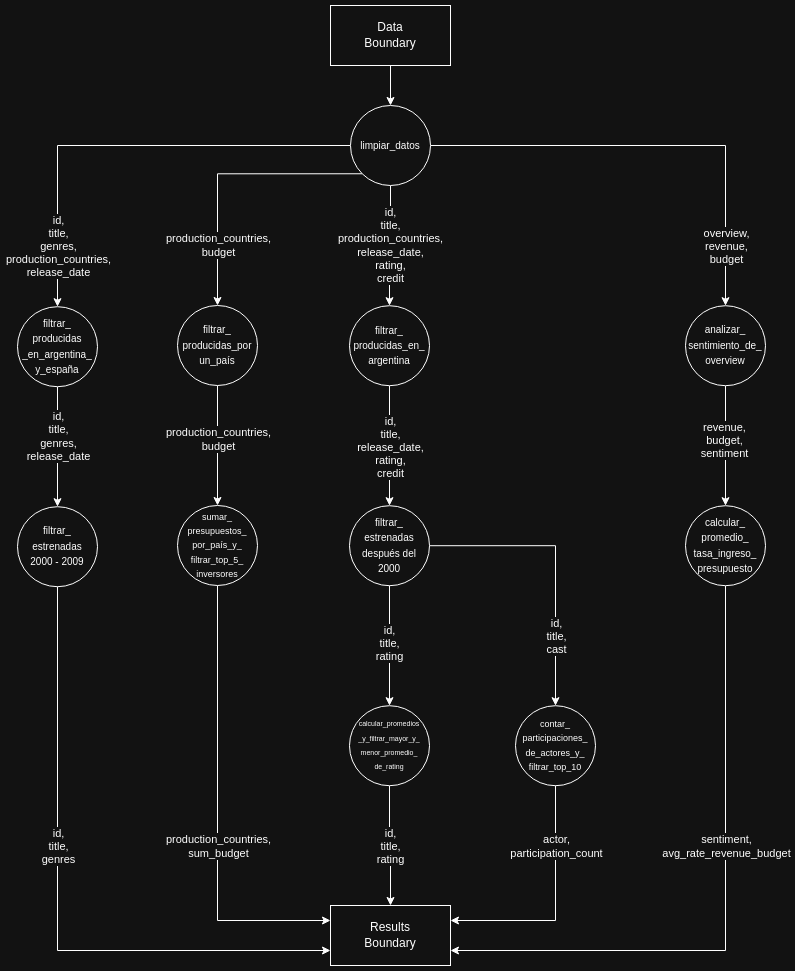
Above: diagramas/dag/dag.png in AlanBotoshansky/distribuidos-tp-grupo2 (draw.io), before the change. Source tidied: cells renumbered, new cells last; positions are measured from the earlier drawing's top-left corner, leaving out a move shared by most shapes.
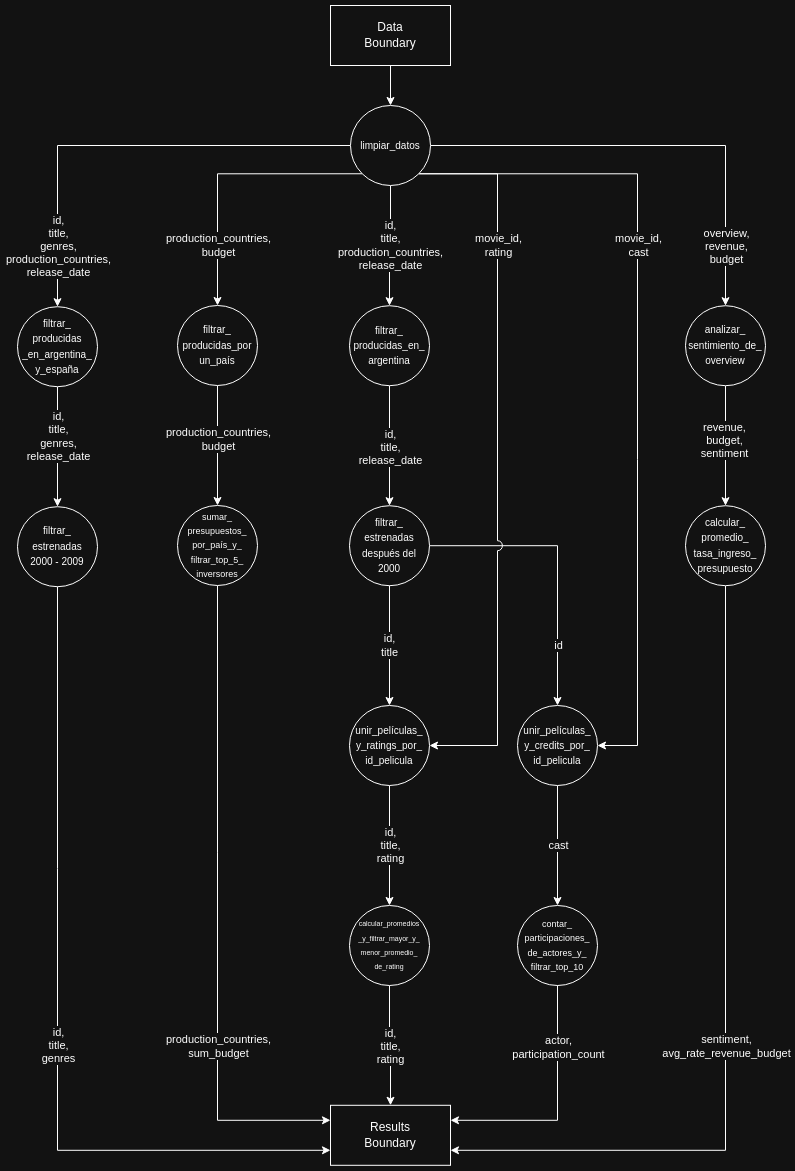
After the commit.

Change to the diagram source:
```diff
@@ -38,7 +38,7 @@
     </mxCell>
     <mxCell id="12" value="production_countries,&lt;div&gt;sum_budget&lt;/div&gt;" style="edgeLabel;html=1;align=center;verticalAlign=middle;" parent="11" vertex="1">
       <mxGeometry x="-0.02" relative="1" as="geometry">
-        <mxPoint y="40" as="offset" />
+        <mxPoint y="142" as="offset" />
       </mxGeometry>
     </mxCell>
     <mxCell id="13" value="&lt;font style=&quot;font-size: 9px;&quot; face=&quot;Helvetica&quot;&gt;sumar_&lt;/font&gt;&lt;div&gt;&lt;font style=&quot;font-size: 9px;&quot; face=&quot;Helvetica&quot;&gt;presupuestos_&lt;/font&gt;&lt;/div&gt;&lt;div&gt;&lt;font style=&quot;font-size: 9px;&quot; face=&quot;Helvetica&quot;&gt;por_país_y_&lt;/font&gt;&lt;/div&gt;&lt;div&gt;&lt;font style=&quot;font-size: 9px;&quot;&gt;&lt;font face=&quot;Helvetica&quot;&gt;filtrar_&lt;/font&gt;&lt;span style=&quot;font-family: Helvetica; background-color: transparent; color: light-dark(rgb(0, 0, 0), rgb(255, 255, 255));&quot;&gt;top_5_&lt;/span&gt;&lt;/font&gt;&lt;/div&gt;&lt;div&gt;&lt;font style=&quot;font-size: 9px;&quot; face=&quot;Helvetica&quot;&gt;inversores&lt;/font&gt;&lt;/div&gt;" style="ellipse;whiteSpace=wrap;html=1;rounded=0;hachureGap=4;strokeColor=default;align=center;verticalAlign=middle;fontFamily=Architects Daughter;fontSource=https%3A%2F%2Ffonts.googleapis.com%2Fcss%3Ffamily%3DArchitects%2BDaughter;fontSize=12;fontColor=default;fillColor=default;" parent="1" vertex="1">
@@ -47,18 +47,18 @@
     <mxCell id="14" style="edgeStyle=orthogonalEdgeStyle;shape=connector;rounded=0;hachureGap=4;jettySize=auto;html=1;exitX=0.5;exitY=1;exitDx=0;exitDy=0;entryX=0.5;entryY=0;entryDx=0;entryDy=0;strokeColor=default;align=center;verticalAlign=middle;fontFamily=Architects Daughter;fontSource=https%3A%2F%2Ffonts.googleapis.com%2Fcss%3Ffamily%3DArchitects%2BDaughter;fontSize=12;fontColor=default;labelBackgroundColor=default;endArrow=classic;" parent="1" edge="1" source="16" target="19">
       <mxGeometry relative="1" as="geometry" />
     </mxCell>
-    <mxCell id="15" value="id,&lt;div&gt;title,&lt;/div&gt;&lt;div&gt;release_date,&lt;/div&gt;&lt;div&gt;rating,&lt;/div&gt;&lt;div&gt;credit&lt;/div&gt;" style="edgeLabel;html=1;align=center;verticalAlign=middle;" parent="14" vertex="1">
+    <mxCell id="15" value="id,&lt;div&gt;title,&lt;/div&gt;&lt;div&gt;release_date&lt;/div&gt;" style="edgeLabel;html=1;align=center;verticalAlign=middle;" parent="14" vertex="1">
       <mxGeometry x="0.03" relative="1" as="geometry" />
     </mxCell>
     <mxCell id="16" value="&lt;font face=&quot;Helvetica&quot;&gt;&lt;span style=&quot;font-size: 10px;&quot;&gt;filtrar_&lt;/span&gt;&lt;/font&gt;&lt;div&gt;&lt;font face=&quot;Helvetica&quot;&gt;&lt;span style=&quot;font-size: 10px;&quot;&gt;producidas&lt;/span&gt;&lt;/font&gt;&lt;span style=&quot;font-size: 10px; font-family: Helvetica; background-color: transparent; color: light-dark(rgb(0, 0, 0), rgb(255, 255, 255));&quot;&gt;_en_&lt;/span&gt;&lt;/div&gt;&lt;div&gt;&lt;span style=&quot;font-size: 10px; font-family: Helvetica; background-color: transparent; color: light-dark(rgb(0, 0, 0), rgb(255, 255, 255));&quot;&gt;argentina&lt;/span&gt;&lt;/div&gt;" style="ellipse;whiteSpace=wrap;html=1;rounded=0;hachureGap=4;strokeColor=default;align=center;verticalAlign=middle;fontFamily=Architects Daughter;fontSource=https%3A%2F%2Ffonts.googleapis.com%2Fcss%3Ffamily%3DArchitects%2BDaughter;fontSize=12;fontColor=default;fillColor=default;" parent="1" vertex="1">
       <mxGeometry x="332" y="300.2" width="80" height="80" as="geometry" />
     </mxCell>
-    <mxCell id="17" style="edgeStyle=orthogonalEdgeStyle;shape=connector;rounded=0;hachureGap=4;jettySize=auto;html=1;exitX=1;exitY=0.5;exitDx=0;exitDy=0;entryX=0.5;entryY=0;entryDx=0;entryDy=0;strokeColor=default;align=center;verticalAlign=middle;fontFamily=Architects Daughter;fontSource=https%3A%2F%2Ffonts.googleapis.com%2Fcss%3Ffamily%3DArchitects%2BDaughter;fontSize=11;fontColor=default;labelBackgroundColor=default;endArrow=classic;" parent="1" edge="1" source="19" target="43">
+    <mxCell id="17" style="edgeStyle=orthogonalEdgeStyle;shape=connector;rounded=0;hachureGap=4;jettySize=auto;html=1;exitX=1;exitY=0.5;exitDx=0;exitDy=0;strokeColor=default;align=center;verticalAlign=middle;fontFamily=Architects Daughter;fontSource=https%3A%2F%2Ffonts.googleapis.com%2Fcss%3Ffamily%3DArchitects%2BDaughter;fontSize=11;fontColor=default;labelBackgroundColor=default;endArrow=classic;entryX=0.5;entryY=0;entryDx=0;entryDy=0;" parent="1" edge="1" source="19" target="55">
       <mxGeometry relative="1" as="geometry" />
     </mxCell>
-    <mxCell id="18" value="id,&lt;div&gt;title,&lt;/div&gt;&lt;div&gt;cast&lt;/div&gt;" style="edgeLabel;html=1;align=center;verticalAlign=middle;" parent="17" vertex="1">
+    <mxCell id="18" value="id" style="edgeLabel;html=1;align=center;verticalAlign=middle;" parent="17" vertex="1">
       <mxGeometry x="0.43" y="-1" relative="1" as="geometry">
-        <mxPoint x="1" y="12" as="offset" />
+        <mxPoint x="1" y="22" as="offset" />
       </mxGeometry>
     </mxCell>
     <mxCell id="19" value="&lt;font face=&quot;Helvetica&quot;&gt;&lt;span style=&quot;font-size: 10px;&quot;&gt;filtrar_&lt;/span&gt;&lt;/font&gt;&lt;div&gt;&lt;font face=&quot;Helvetica&quot;&gt;&lt;span style=&quot;font-size: 10px;&quot;&gt;estrenadas después del&lt;/span&gt;&lt;/font&gt;&lt;div&gt;&lt;font face=&quot;Helvetica&quot;&gt;&lt;span style=&quot;font-size: 10px;&quot;&gt;2000&lt;/span&gt;&lt;/font&gt;&lt;/div&gt;&lt;/div&gt;" style="ellipse;whiteSpace=wrap;html=1;rounded=0;hachureGap=4;strokeColor=default;align=center;verticalAlign=middle;fontFamily=Architects Daughter;fontSource=https%3A%2F%2Ffonts.googleapis.com%2Fcss%3Ffamily%3DArchitects%2BDaughter;fontSize=12;fontColor=default;fillColor=default;" parent="1" vertex="1">
@@ -94,11 +94,27 @@
     <mxCell id="27" style="edgeStyle=orthogonalEdgeStyle;rounded=0;hachureGap=4;jettySize=auto;html=1;exitX=0.5;exitY=1;exitDx=0;exitDy=0;entryX=0.5;entryY=0;entryDx=0;entryDy=0;fontFamily=Architects Daughter;fontSource=https%3A%2F%2Ffonts.googleapis.com%2Fcss%3Ffamily%3DArchitects%2BDaughter;" parent="1" edge="1" source="29" target="16">
       <mxGeometry relative="1" as="geometry" />
     </mxCell>
-    <mxCell id="28" value="id,&lt;div&gt;title,&lt;/div&gt;&lt;div&gt;production_countries,&lt;/div&gt;&lt;div&gt;release_date,&lt;/div&gt;&lt;div&gt;rating,&lt;/div&gt;&lt;div&gt;credit&lt;/div&gt;" style="edgeLabel;html=1;align=center;verticalAlign=middle;" parent="27" vertex="1">
+    <mxCell id="28" value="id,&lt;div&gt;title,&lt;/div&gt;&lt;div&gt;production_countries,&lt;/div&gt;&lt;div&gt;release_date&lt;/div&gt;" style="edgeLabel;html=1;align=center;verticalAlign=middle;" parent="27" vertex="1">
       <mxGeometry x="-0.15" y="-1" relative="1" as="geometry">
         <mxPoint y="8" as="offset" />
       </mxGeometry>
     </mxCell>
+    <mxCell id="49" style="edgeStyle=orthogonalEdgeStyle;rounded=0;hachureGap=4;jettySize=auto;html=1;exitX=1;exitY=1;exitDx=0;exitDy=0;entryX=1;entryY=0.5;entryDx=0;entryDy=0;fontFamily=Architects Daughter;fontSource=https%3A%2F%2Ffonts.googleapis.com%2Fcss%3Ffamily%3DArchitects%2BDaughter;jumpStyle=arc;jumpSize=10;" parent="1" edge="1" source="29" target="53">
+      <mxGeometry relative="1" as="geometry">
+        <Array as="points">
+          <mxPoint x="480" y="168" />
+          <mxPoint x="480" y="740" />
+        </Array>
+      </mxGeometry>
+    </mxCell>
+    <mxCell id="50" style="edgeStyle=orthogonalEdgeStyle;shape=connector;rounded=0;hachureGap=4;jettySize=auto;html=1;exitX=1;exitY=1;exitDx=0;exitDy=0;entryX=1;entryY=0.5;entryDx=0;entryDy=0;strokeColor=default;align=center;verticalAlign=middle;fontFamily=Architects Daughter;fontSource=https%3A%2F%2Ffonts.googleapis.com%2Fcss%3Ffamily%3DArchitects%2BDaughter;fontSize=11;fontColor=default;labelBackgroundColor=default;endArrow=classic;" parent="1" edge="1" source="29" target="55">
+      <mxGeometry relative="1" as="geometry">
+        <Array as="points">
+          <mxPoint x="620" y="168" />
+          <mxPoint x="620" y="740" />
+        </Array>
+      </mxGeometry>
+    </mxCell>
     <mxCell id="29" value="&lt;font face=&quot;Helvetica&quot;&gt;&lt;span style=&quot;font-size: 10px;&quot;&gt;limpiar_datos&lt;/span&gt;&lt;/font&gt;" style="ellipse;whiteSpace=wrap;html=1;rounded=0;hachureGap=4;strokeColor=default;align=center;verticalAlign=middle;fontFamily=Architects Daughter;fontSource=https%3A%2F%2Ffonts.googleapis.com%2Fcss%3Ffamily%3DArchitects%2BDaughter;fontSize=12;fontColor=default;fillColor=default;" parent="1" vertex="1">
       <mxGeometry x="333" y="100" width="80" height="80" as="geometry" />
     </mxCell>
@@ -124,31 +140,28 @@
     </mxCell>
     <mxCell id="36" value="&lt;div&gt;sentiment,&lt;/div&gt;&lt;div&gt;avg_rate_revenue_budget&lt;/div&gt;" style="edgeLabel;html=1;align=center;verticalAlign=middle;" parent="35" vertex="1">
       <mxGeometry x="-0.06" y="-1" relative="1" as="geometry">
-        <mxPoint x="1" y="-41" as="offset" />
+        <mxPoint x="1" y="65" as="offset" />
       </mxGeometry>
     </mxCell>
     <mxCell id="37" value="&lt;div&gt;&lt;font face=&quot;Helvetica&quot;&gt;&lt;span style=&quot;font-size: 10px;&quot;&gt;calcular_&lt;/span&gt;&lt;/font&gt;&lt;/div&gt;&lt;div&gt;&lt;font face=&quot;Helvetica&quot;&gt;&lt;span style=&quot;font-size: 10px;&quot;&gt;promedio_&lt;/span&gt;&lt;/font&gt;&lt;/div&gt;&lt;div&gt;&lt;font face=&quot;Helvetica&quot;&gt;&lt;span style=&quot;font-size: 10px;&quot;&gt;tasa_ingreso_&lt;/span&gt;&lt;/font&gt;&lt;/div&gt;&lt;div&gt;&lt;font face=&quot;Helvetica&quot;&gt;&lt;span style=&quot;font-size: 10px;&quot;&gt;presupuesto&lt;/span&gt;&lt;/font&gt;&lt;/div&gt;" style="ellipse;whiteSpace=wrap;html=1;rounded=0;hachureGap=4;strokeColor=default;align=center;verticalAlign=middle;fontFamily=Architects Daughter;fontSource=https%3A%2F%2Ffonts.googleapis.com%2Fcss%3Ffamily%3DArchitects%2BDaughter;fontSize=12;fontColor=default;fillColor=default;" parent="1" vertex="1">
       <mxGeometry x="668" y="500.2" width="80" height="80" as="geometry" />
     </mxCell>
     <mxCell id="38" value="&lt;span style=&quot;font-family: Helvetica;&quot;&gt;Results&lt;/span&gt;&lt;div&gt;&lt;span style=&quot;font-family: Helvetica;&quot;&gt;Boundary&lt;/span&gt;&lt;/div&gt;" style="rounded=0;whiteSpace=wrap;html=1;hachureGap=4;fontFamily=Architects Daughter;fontSource=https%3A%2F%2Ffonts.googleapis.com%2Fcss%3Ffamily%3DArchitects%2BDaughter;" parent="1" vertex="1">
-      <mxGeometry x="313" y="900" width="120" height="60" as="geometry" />
+      <mxGeometry x="313" y="1099.8" width="120" height="60" as="geometry" />
     </mxCell>
     <mxCell id="39" style="edgeStyle=orthogonalEdgeStyle;shape=connector;rounded=0;hachureGap=4;jettySize=auto;html=1;exitX=0.5;exitY=1;exitDx=0;exitDy=0;strokeColor=default;align=center;verticalAlign=middle;fontFamily=Architects Daughter;fontSource=https%3A%2F%2Ffonts.googleapis.com%2Fcss%3Ffamily%3DArchitects%2BDaughter;fontSize=12;fontColor=default;labelBackgroundColor=default;endArrow=classic;entryX=0;entryY=0.75;entryDx=0;entryDy=0;" parent="1" edge="1" source="7" target="38">
       <mxGeometry relative="1" as="geometry" />
     </mxCell>
     <mxCell id="40" value="id,&lt;br&gt;title,&lt;br&gt;genres" style="edgeLabel;html=1;align=center;verticalAlign=middle;" parent="39" vertex="1">
       <mxGeometry x="-0.1" y="1" relative="1" as="geometry">
-        <mxPoint x="-1" y="-28" as="offset" />
+        <mxPoint x="-1" y="82" as="offset" />
       </mxGeometry>
     </mxCell>
-    <mxCell id="41" style="edgeStyle=orthogonalEdgeStyle;shape=connector;rounded=0;hachureGap=4;jettySize=auto;html=1;exitX=0.5;exitY=1;exitDx=0;exitDy=0;entryX=0.5;entryY=0;entryDx=0;entryDy=0;strokeColor=default;align=center;verticalAlign=middle;fontFamily=Architects Daughter;fontSource=https%3A%2F%2Ffonts.googleapis.com%2Fcss%3Ffamily%3DArchitects%2BDaughter;fontSize=11;fontColor=default;labelBackgroundColor=default;endArrow=classic;" parent="1" edge="1" source="19" target="46">
+    <mxCell id="41" style="edgeStyle=orthogonalEdgeStyle;shape=connector;rounded=0;hachureGap=4;jettySize=auto;html=1;exitX=0.5;exitY=1;exitDx=0;exitDy=0;strokeColor=default;align=center;verticalAlign=middle;fontFamily=Architects Daughter;fontSource=https%3A%2F%2Ffonts.googleapis.com%2Fcss%3Ffamily%3DArchitects%2BDaughter;fontSize=11;fontColor=default;labelBackgroundColor=default;endArrow=classic;entryX=0.5;entryY=0;entryDx=0;entryDy=0;" parent="1" edge="1" source="19" target="53">
       <mxGeometry relative="1" as="geometry" />
     </mxCell>
-    <mxCell id="42" value="id,&lt;div&gt;title,&lt;/div&gt;&lt;div&gt;rating&lt;/div&gt;" style="edgeLabel;html=1;align=center;verticalAlign=middle;" parent="41" vertex="1">
-      <mxGeometry x="-0.05" y="-1" relative="1" as="geometry" />
-    </mxCell>
     <mxCell id="43" value="&lt;font style=&quot;font-size: 9px;&quot; face=&quot;Helvetica&quot;&gt;contar_&lt;/font&gt;&lt;div&gt;&lt;font style=&quot;font-size: 9px;&quot; face=&quot;Helvetica&quot;&gt;participaciones_&lt;/font&gt;&lt;/div&gt;&lt;div&gt;&lt;font style=&quot;font-size: 9px;&quot; face=&quot;Helvetica&quot;&gt;de_actores_y_&lt;/font&gt;&lt;/div&gt;&lt;div&gt;&lt;font style=&quot;font-size: 9px;&quot; face=&quot;Helvetica&quot;&gt;filtrar_top_10&lt;/font&gt;&lt;/div&gt;" style="ellipse;whiteSpace=wrap;html=1;rounded=0;hachureGap=4;strokeColor=default;align=center;verticalAlign=middle;fontFamily=Architects Daughter;fontSource=https%3A%2F%2Ffonts.googleapis.com%2Fcss%3Ffamily%3DArchitects%2BDaughter;fontSize=12;fontColor=default;fillColor=default;" parent="1" vertex="1">
-      <mxGeometry x="498" y="700.2" width="80" height="80" as="geometry" />
+      <mxGeometry x="500" y="900" width="80" height="80" as="geometry" />
     </mxCell>
     <mxCell id="44" style="edgeStyle=orthogonalEdgeStyle;shape=connector;rounded=0;hachureGap=4;jettySize=auto;html=1;exitX=0.5;exitY=1;exitDx=0;exitDy=0;strokeColor=default;align=center;verticalAlign=middle;fontFamily=Architects Daughter;fontSource=https%3A%2F%2Ffonts.googleapis.com%2Fcss%3Ffamily%3DArchitects%2BDaughter;fontSize=11;fontColor=default;labelBackgroundColor=default;endArrow=classic;entryX=0.5;entryY=0;entryDx=0;entryDy=0;" parent="1" edge="1" source="46" target="38">
       <mxGeometry relative="1" as="geometry" />
@@ -159,7 +172,7 @@
       </mxGeometry>
     </mxCell>
     <mxCell id="46" value="&lt;font style=&quot;font-size: 7px;&quot;&gt;&lt;font style=&quot;&quot; face=&quot;Helvetica&quot;&gt;&lt;br&gt;calcular_promedios&lt;br&gt;_y_filtrar_mayor_&lt;/font&gt;&lt;font style=&quot;background-color: transparent; color: light-dark(rgb(0, 0, 0), rgb(255, 255, 255));&quot;&gt;&lt;font face=&quot;Helvetica&quot;&gt;y_&lt;br&gt;&lt;/font&gt;&lt;span style=&quot;font-family: Helvetica; background-color: transparent; color: light-dark(rgb(0, 0, 0), rgb(255, 255, 255));&quot;&gt;menor_&lt;/span&gt;&lt;/font&gt;&lt;span style=&quot;background-color: transparent; color: light-dark(rgb(0, 0, 0), rgb(255, 255, 255)); font-family: Helvetica;&quot;&gt;promedio&lt;/span&gt;&lt;span style=&quot;background-color: transparent; color: light-dark(rgb(0, 0, 0), rgb(255, 255, 255)); font-family: Helvetica;&quot;&gt;_&lt;br&gt;de_&lt;/span&gt;&lt;span style=&quot;background-color: transparent; color: light-dark(rgb(0, 0, 0), rgb(255, 255, 255)); font-family: Helvetica;&quot;&gt;rating&lt;/span&gt;&lt;/font&gt;&lt;div&gt;&lt;div&gt;&lt;font face=&quot;Helvetica&quot;&gt;&lt;span style=&quot;font-size: 10px;&quot;&gt;&lt;br&gt;&lt;/span&gt;&lt;/font&gt;&lt;/div&gt;&lt;/div&gt;" style="ellipse;whiteSpace=wrap;html=1;rounded=0;hachureGap=4;strokeColor=default;align=center;verticalAlign=middle;fontFamily=Architects Daughter;fontSource=https%3A%2F%2Ffonts.googleapis.com%2Fcss%3Ffamily%3DArchitects%2BDaughter;fontSize=12;fontColor=default;fillColor=default;" parent="1" vertex="1">
-      <mxGeometry x="332" y="700.2" width="80" height="80" as="geometry" />
+      <mxGeometry x="332" y="900" width="80" height="80" as="geometry" />
     </mxCell>
     <mxCell id="47" style="edgeStyle=orthogonalEdgeStyle;shape=connector;rounded=0;hachureGap=4;jettySize=auto;html=1;exitX=0.5;exitY=1;exitDx=0;exitDy=0;entryX=1;entryY=0.25;entryDx=0;entryDy=0;strokeColor=default;align=center;verticalAlign=middle;fontFamily=Architects Daughter;fontSource=https%3A%2F%2Ffonts.googleapis.com%2Fcss%3Ffamily%3DArchitects%2BDaughter;fontSize=11;fontColor=default;labelBackgroundColor=default;endArrow=classic;" parent="1" edge="1" source="43" target="38">
       <mxGeometry relative="1" as="geometry" />
@@ -169,5 +182,32 @@
         <mxPoint y="-50" as="offset" />
       </mxGeometry>
     </mxCell>
+    <mxCell id="51" value="id,&lt;div&gt;title&lt;/div&gt;" style="edgeLabel;html=1;align=center;verticalAlign=middle;" parent="1" vertex="1">
+      <mxGeometry x="372" y="640" as="geometry" />
+    </mxCell>
+    <mxCell id="52" style="edgeStyle=orthogonalEdgeStyle;shape=connector;rounded=0;hachureGap=4;jettySize=auto;html=1;exitX=0.5;exitY=1;exitDx=0;exitDy=0;entryX=0.5;entryY=0;entryDx=0;entryDy=0;strokeColor=default;align=center;verticalAlign=middle;fontFamily=Architects Daughter;fontSource=https%3A%2F%2Ffonts.googleapis.com%2Fcss%3Ffamily%3DArchitects%2BDaughter;fontSize=11;fontColor=default;labelBackgroundColor=default;endArrow=classic;" parent="1" edge="1" source="53" target="46">
+      <mxGeometry relative="1" as="geometry" />
+    </mxCell>
+    <mxCell id="53" value="&lt;div&gt;&lt;font face=&quot;Helvetica&quot;&gt;&lt;span style=&quot;font-size: 10px;&quot;&gt;unir_películas_&lt;/span&gt;&lt;/font&gt;&lt;/div&gt;&lt;div&gt;&lt;font face=&quot;Helvetica&quot;&gt;&lt;span style=&quot;font-size: 10px;&quot;&gt;y_&lt;/span&gt;&lt;/font&gt;&lt;span style=&quot;font-size: 10px; font-family: Helvetica; background-color: transparent; color: light-dark(rgb(0, 0, 0), rgb(255, 255, 255));&quot;&gt;ratings_por_&lt;/span&gt;&lt;/div&gt;&lt;div&gt;&lt;span style=&quot;font-size: 10px; font-family: Helvetica; background-color: transparent; color: light-dark(rgb(0, 0, 0), rgb(255, 255, 255));&quot;&gt;id_&lt;/span&gt;&lt;span style=&quot;font-size: 10px; font-family: Helvetica; background-color: transparent; color: light-dark(rgb(0, 0, 0), rgb(255, 255, 255));&quot;&gt;pelicula&lt;/span&gt;&lt;/div&gt;" style="ellipse;whiteSpace=wrap;html=1;rounded=0;hachureGap=4;strokeColor=default;align=center;verticalAlign=middle;fontFamily=Architects Daughter;fontSource=https%3A%2F%2Ffonts.googleapis.com%2Fcss%3Ffamily%3DArchitects%2BDaughter;fontSize=12;fontColor=default;fillColor=default;" parent="1" vertex="1">
+      <mxGeometry x="332" y="700" width="80" height="80" as="geometry" />
+    </mxCell>
+    <mxCell id="54" style="edgeStyle=orthogonalEdgeStyle;shape=connector;rounded=0;hachureGap=4;jettySize=auto;html=1;exitX=0.5;exitY=1;exitDx=0;exitDy=0;entryX=0.5;entryY=0;entryDx=0;entryDy=0;strokeColor=default;align=center;verticalAlign=middle;fontFamily=Architects Daughter;fontSource=https%3A%2F%2Ffonts.googleapis.com%2Fcss%3Ffamily%3DArchitects%2BDaughter;fontSize=11;fontColor=default;labelBackgroundColor=default;endArrow=classic;" parent="1" edge="1" source="55" target="43">
+      <mxGeometry relative="1" as="geometry" />
+    </mxCell>
+    <mxCell id="55" value="&lt;div&gt;&lt;div&gt;&lt;div&gt;&lt;font face=&quot;Helvetica&quot;&gt;&lt;span style=&quot;font-size: 10px;&quot;&gt;unir_películas_&lt;/span&gt;&lt;/font&gt;&lt;/div&gt;&lt;div&gt;&lt;font face=&quot;Helvetica&quot;&gt;&lt;span style=&quot;font-size: 10px;&quot;&gt;y_&lt;/span&gt;&lt;/font&gt;&lt;span style=&quot;font-size: 10px; font-family: Helvetica; background-color: transparent; color: light-dark(rgb(0, 0, 0), rgb(255, 255, 255));&quot;&gt;credits_por_&lt;/span&gt;&lt;/div&gt;&lt;div&gt;&lt;span style=&quot;font-size: 10px; font-family: Helvetica; background-color: transparent; color: light-dark(rgb(0, 0, 0), rgb(255, 255, 255));&quot;&gt;id_&lt;/span&gt;&lt;span style=&quot;font-size: 10px; font-family: Helvetica; background-color: transparent; color: light-dark(rgb(0, 0, 0), rgb(255, 255, 255));&quot;&gt;pelicula&lt;/span&gt;&lt;/div&gt;&lt;/div&gt;&lt;/div&gt;" style="ellipse;whiteSpace=wrap;html=1;rounded=0;hachureGap=4;strokeColor=default;align=center;verticalAlign=middle;fontFamily=Architects Daughter;fontSource=https%3A%2F%2Ffonts.googleapis.com%2Fcss%3Ffamily%3DArchitects%2BDaughter;fontSize=12;fontColor=default;fillColor=default;" parent="1" vertex="1">
+      <mxGeometry x="500" y="700" width="80" height="80" as="geometry" />
+    </mxCell>
+    <mxCell id="56" value="movie_id,&lt;div&gt;rating&lt;/div&gt;" style="edgeLabel;html=1;align=center;verticalAlign=middle;" parent="1" vertex="1">
+      <mxGeometry x="480" y="240" as="geometry" />
+    </mxCell>
+    <mxCell id="57" value="movie_id,&lt;div&gt;cast&lt;/div&gt;" style="edgeLabel;html=1;align=center;verticalAlign=middle;" parent="1" vertex="1">
+      <mxGeometry x="620" y="240" as="geometry" />
+    </mxCell>
+    <mxCell id="42" value="id,&lt;div&gt;title,&lt;/div&gt;&lt;div&gt;rating&lt;/div&gt;" style="edgeLabel;html=1;align=center;verticalAlign=middle;" parent="1" vertex="1">
+      <mxGeometry x="372" y="840" as="geometry" />
+    </mxCell>
+    <mxCell id="58" value="&lt;div&gt;cast&lt;/div&gt;" style="edgeLabel;html=1;align=center;verticalAlign=middle;" parent="1" vertex="1">
+      <mxGeometry x="540" y="840" as="geometry" />
+    </mxCell>
   </root>
 </mxGraphModel>
```
